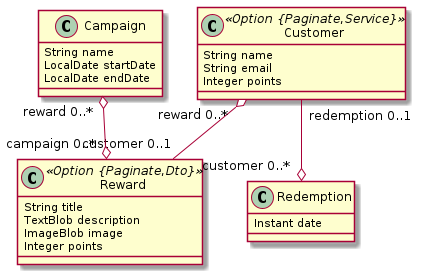
Before: loyalty.png, a diagram exported from PlantUML (kevintanhongann/jhipster-jdl-collection).
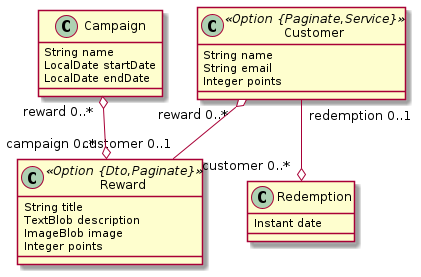
Above is the later version.

Diff of the diagram source:
```diff
@@ -5,7 +5,7 @@
 		String email
 		Integer points
 	}
-	class Reward <<Option {Paginate,Dto}>> {
+	class Reward <<Option {Dto,Paginate}>> {
 		String title
 		TextBlob description
 		ImageBlob image
```
